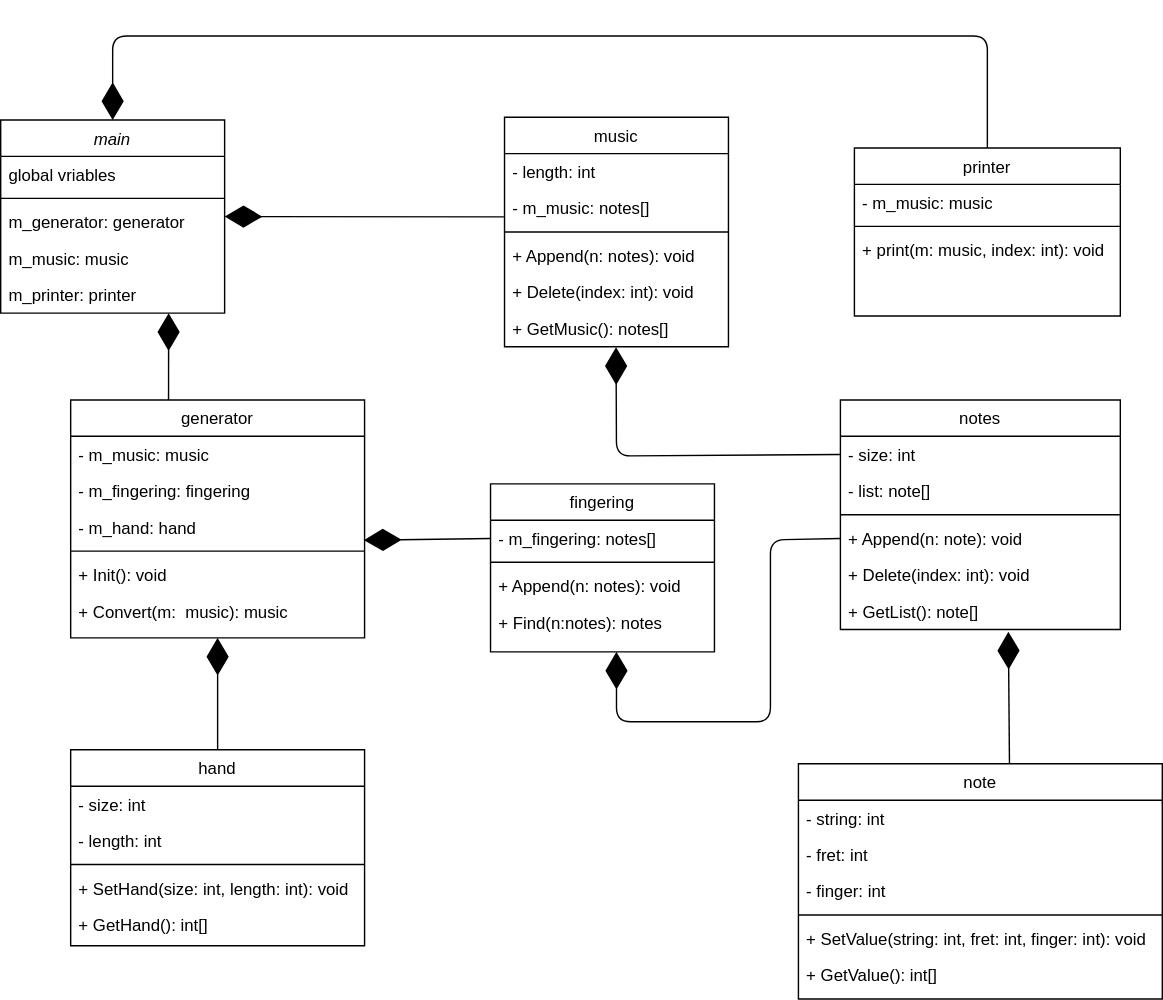
The draw.io diagram docs/diagram/guitar_fingering_generator.svg in boy-min/Guitar-Fingering-Generator, before a commit. Source tidied: cells renumbered, new cells last; positions are measured from the earlier drawing's top-left corner, leaving out a move shared by most shapes.
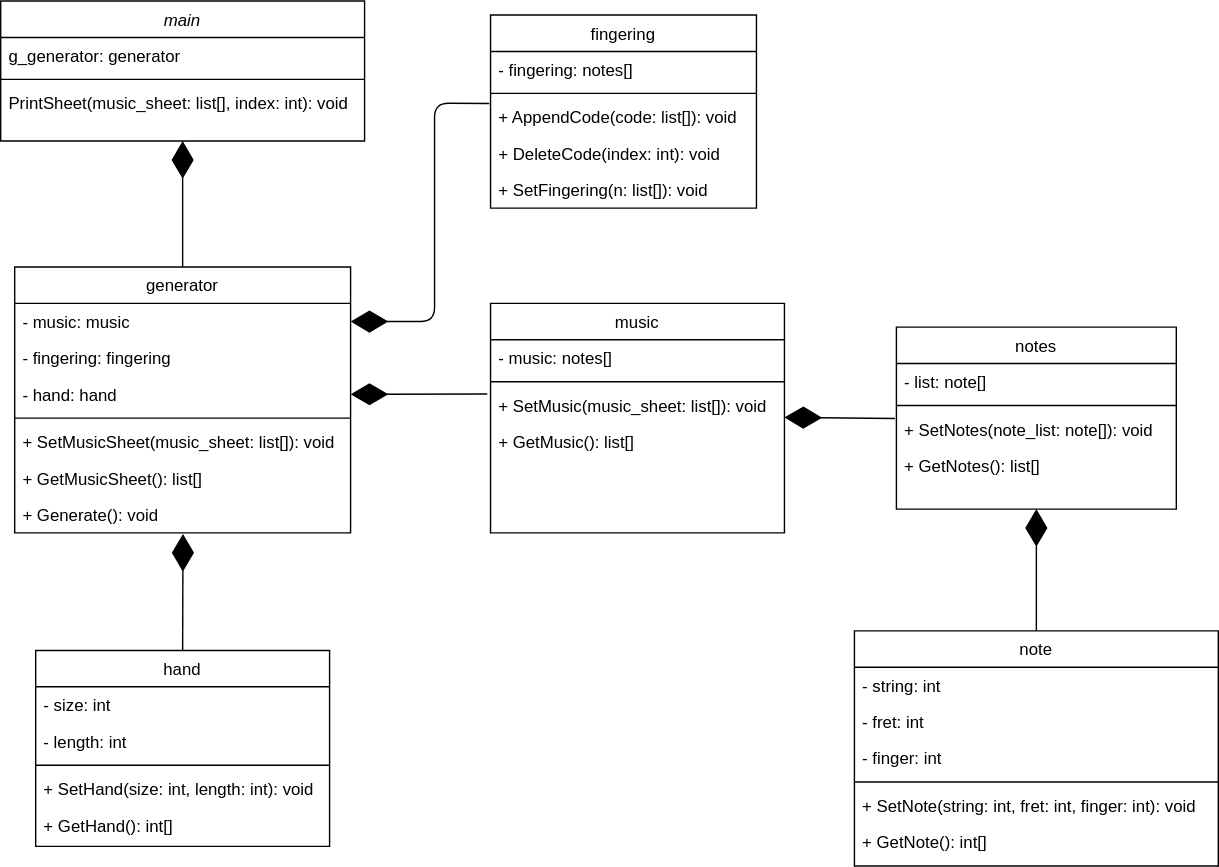
Above is the later version.

Commit message:
Fix class diagram.

Change to the diagram source:
```diff
@@ -5,63 +5,45 @@
     <mxCell id="2" value="main" style="swimlane;fontStyle=2;align=center;verticalAlign=top;horizontal=1;startSize=26;rounded=0;shadow=0;strokeWidth=1;" parent="1" vertex="1">
-      <mxGeometry y="60" width="160" height="138" as="geometry" />
+      <mxGeometry x="30" y="70" width="260" height="100" as="geometry" />
     </mxCell>
-    <mxCell id="3" value="global vriables" style="text;align=left;verticalAlign=top;spacingLeft=4;spacingRight=4;overflow=hidden;rounded=0;shadow=0;html=0;" parent="2" vertex="1">
-      <mxGeometry y="26" width="160" height="26" as="geometry" />
-    </mxCell>
+    <mxCell id="5" value="g_generator: generator" style="text;align=left;verticalAlign=top;spacingLeft=4;spacingRight=4;overflow=hidden;" parent="2" vertex="1">
+      <mxGeometry y="26" width="260" height="26" as="geometry" />
+    </mxCell>
     <mxCell id="4" style="line;html=1;strokeWidth=1;align=left;verticalAlign=middle;spacingTop=-1;spacingLeft=3;spacingRight=3;labelPosition=right;" parent="2" vertex="1">
-      <mxGeometry y="52" width="160" height="8" as="geometry" />
+      <mxGeometry y="52" width="260" height="8" as="geometry" />
     </mxCell>
-    <mxCell id="5" value="m_generator: generator" style="text;align=left;verticalAlign=top;spacingLeft=4;spacingRight=4;overflow=hidden;" parent="2" vertex="1">
-      <mxGeometry y="60" width="160" height="26" as="geometry" />
-    </mxCell>
-    <mxCell id="6" value="m_music: music" style="text;align=left;verticalAlign=top;spacingLeft=4;spacingRight=4;overflow=hidden;" parent="2" vertex="1">
-      <mxGeometry y="86" width="160" height="26" as="geometry" />
-    </mxCell>
-    <mxCell id="7" value="m_printer: printer" style="text;align=left;verticalAlign=top;spacingLeft=4;spacingRight=4;overflow=hidden;" parent="2" vertex="1">
-      <mxGeometry y="112" width="160" height="26" as="geometry" />
-    </mxCell>
+    <mxCell id="59" value="PrintSheet(music_sheet: list[], index: int): void" style="text;align=left;verticalAlign=top;spacingLeft=4;spacingRight=4;overflow=hidden;" parent="2" vertex="1">
+      <mxGeometry y="60" width="260" height="26" as="geometry" />
+    </mxCell>
     <mxCell id="8" value="notes" style="swimlane;fontStyle=0;align=center;verticalAlign=top;horizontal=1;startSize=26;rounded=0;shadow=0;strokeWidth=1;" parent="1" vertex="1">
-      <mxGeometry x="600" y="260" width="200" height="164" as="geometry" />
+      <mxGeometry x="670" y="303" width="200" height="130" as="geometry" />
     </mxCell>
-    <mxCell id="9" value="- size: int" style="text;align=left;verticalAlign=top;spacingLeft=4;spacingRight=4;overflow=hidden;points=[[0,0.5],[1,0.5]];portConstraint=eastwest;" parent="8" vertex="1">
-      <mxGeometry y="26" width="200" height="26" as="geometry" />
-    </mxCell>
     <mxCell id="10" value="- list: note[]" style="text;align=left;verticalAlign=top;spacingLeft=4;spacingRight=4;overflow=hidden;" parent="8" vertex="1">
-      <mxGeometry y="52" width="200" height="26" as="geometry" />
+      <mxGeometry y="26" width="200" height="26" as="geometry" />
     </mxCell>
     <mxCell id="11" style="line;html=1;strokeWidth=1;align=left;verticalAlign=middle;spacingTop=-1;spacingLeft=3;spacingRight=3;labelPosition=right;" parent="8" vertex="1">
-      <mxGeometry y="78" width="200" height="8" as="geometry" />
+      <mxGeometry y="52" width="200" height="8" as="geometry" />
     </mxCell>
-    <mxCell id="12" value="+ Append(n: note): void" style="text;align=left;verticalAlign=top;spacingLeft=4;spacingRight=4;overflow=hidden;points=[[0,0.5],[1,0.5]];portConstraint=eastwest;" parent="8" vertex="1">
-      <mxGeometry y="86" width="200" height="26" as="geometry" />
+    <mxCell id="12" value="+ SetNotes(note_list: note[]): void" style="text;align=left;verticalAlign=top;spacingLeft=4;spacingRight=4;overflow=hidden;points=[[0,0.5],[1,0.5]];portConstraint=eastwest;" parent="8" vertex="1">
+      <mxGeometry y="60" width="200" height="26" as="geometry" />
     </mxCell>
-    <mxCell id="13" value="+ Delete(index: int): void" style="text;align=left;verticalAlign=top;spacingLeft=4;spacingRight=4;overflow=hidden;" parent="8" vertex="1">
-      <mxGeometry y="112" width="200" height="26" as="geometry" />
+    <mxCell id="13" value="+ GetNotes(): list[]" style="text;align=left;verticalAlign=top;spacingLeft=4;spacingRight=4;overflow=hidden;" parent="8" vertex="1">
+      <mxGeometry y="86" width="200" height="26" as="geometry" />
     </mxCell>
-    <mxCell id="14" value="+ GetList(): note[]" style="text;align=left;verticalAlign=top;spacingLeft=4;spacingRight=4;overflow=hidden;points=[[0,0.5],[1,0.5]];portConstraint=eastwest;" parent="8" vertex="1">
-      <mxGeometry y="138" width="200" height="26" as="geometry" />
-    </mxCell>
     <mxCell id="15" value="music" style="swimlane;fontStyle=0;align=center;verticalAlign=top;horizontal=1;startSize=26;rounded=0;shadow=0;strokeWidth=1;" parent="1" vertex="1">
-      <mxGeometry x="360" y="58" width="160" height="164" as="geometry" />
+      <mxGeometry x="380" y="286" width="210" height="164" as="geometry" />
     </mxCell>
-    <mxCell id="16" value="- length: int" style="text;align=left;verticalAlign=top;spacingLeft=4;spacingRight=4;overflow=hidden;" parent="15" vertex="1">
-      <mxGeometry y="26" width="160" height="26" as="geometry" />
-    </mxCell>
-    <mxCell id="17" value="- m_music: notes[]" style="text;align=left;verticalAlign=top;spacingLeft=4;spacingRight=4;overflow=hidden;points=[[0,0.5],[1,0.5]];portConstraint=eastwest;" parent="15" vertex="1">
-      <mxGeometry y="52" width="160" height="26" as="geometry" />
+    <mxCell id="17" value="- music: notes[]" style="text;align=left;verticalAlign=top;spacingLeft=4;spacingRight=4;overflow=hidden;points=[[0,0.5],[1,0.5]];portConstraint=eastwest;" parent="15" vertex="1">
+      <mxGeometry y="26" width="210" height="26" as="geometry" />
     </mxCell>
     <mxCell id="18" style="line;html=1;strokeWidth=1;align=left;verticalAlign=middle;spacingTop=-1;spacingLeft=3;spacingRight=3;labelPosition=right;" parent="15" vertex="1">
-      <mxGeometry y="78" width="160" height="8" as="geometry" />
+      <mxGeometry y="52" width="210" height="8" as="geometry" />
     </mxCell>
-    <mxCell id="19" value="+ Append(n: notes): void" style="text;align=left;verticalAlign=top;spacingLeft=4;spacingRight=4;overflow=hidden;points=[[0,0.5],[1,0.5]];portConstraint=eastwest;" parent="15" vertex="1">
-      <mxGeometry y="86" width="160" height="26" as="geometry" />
+    <mxCell id="19" value="+ SetMusic(music_sheet: list[]): void" style="text;align=left;verticalAlign=top;spacingLeft=4;spacingRight=4;overflow=hidden;points=[[0,0.5],[1,0.5]];portConstraint=eastwest;" parent="15" vertex="1">
+      <mxGeometry y="60" width="210" height="26" as="geometry" />
     </mxCell>
-    <mxCell id="20" value="+ Delete(index: int): void" style="text;align=left;verticalAlign=top;spacingLeft=4;spacingRight=4;overflow=hidden;" parent="15" vertex="1">
-      <mxGeometry y="112" width="160" height="26" as="geometry" />
+    <mxCell id="20" value="+ GetMusic(): list[]" style="text;align=left;verticalAlign=top;spacingLeft=4;spacingRight=4;overflow=hidden;" parent="15" vertex="1">
+      <mxGeometry y="86" width="210" height="26" as="geometry" />
     </mxCell>
-    <mxCell id="21" value="+ GetMusic(): notes[]" style="text;align=left;verticalAlign=top;spacingLeft=4;spacingRight=4;overflow=hidden;points=[[0,0.5],[1,0.5]];portConstraint=eastwest;" parent="15" vertex="1">
-      <mxGeometry y="138" width="160" height="26" as="geometry" />
-    </mxCell>
     <mxCell id="22" value="note" style="swimlane;fontStyle=0;align=center;verticalAlign=top;horizontal=1;startSize=26;rounded=0;shadow=0;strokeWidth=1;" parent="1" vertex="1">
-      <mxGeometry x="570" y="520" width="260" height="168" as="geometry" />
+      <mxGeometry x="640" y="520" width="260" height="168" as="geometry" />
     </mxCell>
@@ -79,6 +61,6 @@
     </mxCell>
-    <mxCell id="27" value="+ SetValue(string: int, fret: int, finger: int): void" style="text;align=left;verticalAlign=top;spacingLeft=4;spacingRight=4;overflow=hidden;" parent="22" vertex="1">
+    <mxCell id="27" value="+ SetNote(string: int, fret: int, finger: int): void" style="text;align=left;verticalAlign=top;spacingLeft=4;spacingRight=4;overflow=hidden;" parent="22" vertex="1">
       <mxGeometry y="112" width="260" height="26" as="geometry" />
     </mxCell>
-    <mxCell id="28" value="+ GetValue(): int[]" style="text;align=left;verticalAlign=top;spacingLeft=4;spacingRight=4;overflow=hidden;" parent="22" vertex="1">
+    <mxCell id="28" value="+ GetNote(): int[]" style="text;align=left;verticalAlign=top;spacingLeft=4;spacingRight=4;overflow=hidden;" parent="22" vertex="1">
       <mxGeometry y="138" width="260" height="26" as="geometry" />
@@ -86,3 +68,3 @@
     <mxCell id="29" value="hand" style="swimlane;fontStyle=0;align=center;verticalAlign=top;horizontal=1;startSize=26;rounded=0;shadow=0;strokeWidth=1;" parent="1" vertex="1">
-      <mxGeometry x="50" y="510" width="210" height="140" as="geometry" />
+      <mxGeometry x="55" y="534" width="210" height="140" as="geometry" />
     </mxCell>
@@ -104,89 +86,68 @@
     <mxCell id="35" value="generator" style="swimlane;fontStyle=0;align=center;verticalAlign=top;horizontal=1;startSize=26;rounded=0;shadow=0;strokeWidth=1;" parent="1" vertex="1">
-      <mxGeometry x="50" y="260" width="210" height="170" as="geometry" />
+      <mxGeometry x="40" y="260" width="240" height="190" as="geometry" />
     </mxCell>
-    <mxCell id="36" value="- m_music: music" style="text;align=left;verticalAlign=top;spacingLeft=4;spacingRight=4;overflow=hidden;points=[[0,0.5],[1,0.5]];portConstraint=eastwest;" parent="35" vertex="1">
-      <mxGeometry y="26" width="210" height="26" as="geometry" />
+    <mxCell id="36" value="- music: music" style="text;align=left;verticalAlign=top;spacingLeft=4;spacingRight=4;overflow=hidden;points=[[0,0.5],[1,0.5]];portConstraint=eastwest;" parent="35" vertex="1">
+      <mxGeometry y="26" width="240" height="26" as="geometry" />
     </mxCell>
-    <mxCell id="37" value="- m_fingering: fingering" style="text;align=left;verticalAlign=top;spacingLeft=4;spacingRight=4;overflow=hidden;" parent="35" vertex="1">
-      <mxGeometry y="52" width="210" height="26" as="geometry" />
+    <mxCell id="37" value="- fingering: fingering" style="text;align=left;verticalAlign=top;spacingLeft=4;spacingRight=4;overflow=hidden;" parent="35" vertex="1">
+      <mxGeometry y="52" width="240" height="26" as="geometry" />
     </mxCell>
-    <mxCell id="38" value="- m_hand: hand" style="text;align=left;verticalAlign=top;spacingLeft=4;spacingRight=4;overflow=hidden;points=[[0,0.5],[1,0.5]];portConstraint=eastwest;" parent="35" vertex="1">
-      <mxGeometry y="78" width="210" height="26" as="geometry" />
+    <mxCell id="38" value="- hand: hand" style="text;align=left;verticalAlign=top;spacingLeft=4;spacingRight=4;overflow=hidden;points=[[0,0.5],[1,0.5]];portConstraint=eastwest;" parent="35" vertex="1">
+      <mxGeometry y="78" width="240" height="26" as="geometry" />
     </mxCell>
     <mxCell id="39" style="line;html=1;strokeWidth=1;align=left;verticalAlign=middle;spacingTop=-1;spacingLeft=3;spacingRight=3;labelPosition=right;" parent="35" vertex="1">
-      <mxGeometry y="104" width="210" height="8" as="geometry" />
+      <mxGeometry y="104" width="240" height="8" as="geometry" />
     </mxCell>
-    <mxCell id="40" value="+ Init(): void" style="text;align=left;verticalAlign=top;spacingLeft=4;spacingRight=4;overflow=hidden;" parent="35" vertex="1">
-      <mxGeometry y="112" width="210" height="26" as="geometry" />
+    <mxCell id="40" value="+ SetMusicSheet(music_sheet: list[]): void" style="text;align=left;verticalAlign=top;spacingLeft=4;spacingRight=4;overflow=hidden;" parent="35" vertex="1">
+      <mxGeometry y="112" width="240" height="26" as="geometry" />
     </mxCell>
-    <mxCell id="41" value="+ Convert(m:  music): music" style="text;align=left;verticalAlign=top;spacingLeft=4;spacingRight=4;overflow=hidden;" parent="35" vertex="1">
-      <mxGeometry y="138" width="210" height="26" as="geometry" />
+    <mxCell id="41" value="+ GetMusicSheet(): list[]" style="text;align=left;verticalAlign=top;spacingLeft=4;spacingRight=4;overflow=hidden;" parent="35" vertex="1">
+      <mxGeometry y="138" width="240" height="26" as="geometry" />
     </mxCell>
+    <mxCell id="60" value="+ Generate(): void" style="text;align=left;verticalAlign=top;spacingLeft=4;spacingRight=4;overflow=hidden;points=[[0,0.5],[1,0.5]];portConstraint=eastwest;" parent="35" vertex="1">
+      <mxGeometry y="164" width="240" height="26" as="geometry" />
+    </mxCell>
     <mxCell id="42" value="fingering" style="swimlane;fontStyle=0;align=center;verticalAlign=top;horizontal=1;startSize=26;rounded=0;shadow=0;strokeWidth=1;" parent="1" vertex="1">
-      <mxGeometry x="350" y="320" width="160" height="120" as="geometry" />
+      <mxGeometry x="380" y="80" width="190" height="138" as="geometry" />
     </mxCell>
-    <mxCell id="43" value="- m_fingering: notes[]" style="text;align=left;verticalAlign=top;spacingLeft=4;spacingRight=4;overflow=hidden;points=[[0,0.5],[1,0.5]];portConstraint=eastwest;" parent="42" vertex="1">
-      <mxGeometry y="26" width="160" height="26" as="geometry" />
+    <mxCell id="43" value="- fingering: notes[]" style="text;align=left;verticalAlign=top;spacingLeft=4;spacingRight=4;overflow=hidden;points=[[0,0.5],[1,0.5]];portConstraint=eastwest;" parent="42" vertex="1">
+      <mxGeometry y="26" width="190" height="26" as="geometry" />
     </mxCell>
     <mxCell id="44" style="line;html=1;strokeWidth=1;align=left;verticalAlign=middle;spacingTop=-1;spacingLeft=3;spacingRight=3;labelPosition=right;" parent="42" vertex="1">
-      <mxGeometry y="52" width="160" height="8" as="geometry" />
+      <mxGeometry y="52" width="190" height="8" as="geometry" />
     </mxCell>
-    <mxCell id="45" value="+ Append(n: notes): void" style="text;align=left;verticalAlign=top;spacingLeft=4;spacingRight=4;overflow=hidden;points=[[0,0.5],[1,0.5]];portConstraint=eastwest;" parent="42" vertex="1">
-      <mxGeometry y="60" width="160" height="26" as="geometry" />
+    <mxCell id="45" value="+ AppendCode(code: list[]): void" style="text;align=left;verticalAlign=top;spacingLeft=4;spacingRight=4;overflow=hidden;points=[[0,0.5],[1,0.5]];portConstraint=eastwest;" parent="42" vertex="1">
+      <mxGeometry y="60" width="190" height="26" as="geometry" />
     </mxCell>
-    <mxCell id="46" value="+ Find(n:notes): notes" style="text;align=left;verticalAlign=top;spacingLeft=4;spacingRight=4;overflow=hidden;" parent="42" vertex="1">
-      <mxGeometry y="86" width="160" height="26" as="geometry" />
+    <mxCell id="46" value="+ DeleteCode(index: int): void" style="text;align=left;verticalAlign=top;spacingLeft=4;spacingRight=4;overflow=hidden;" parent="42" vertex="1">
+      <mxGeometry y="86" width="190" height="26" as="geometry" />
     </mxCell>
-    <mxCell id="47" value="printer" style="swimlane;fontStyle=0;align=center;verticalAlign=top;horizontal=1;startSize=26;rounded=0;shadow=0;strokeWidth=1;" parent="1" vertex="1">
-      <mxGeometry x="610" y="80" width="190" height="120" as="geometry" />
-    </mxCell>
-    <mxCell id="48" value="- m_music: music" style="text;align=left;verticalAlign=top;spacingLeft=4;spacingRight=4;overflow=hidden;" parent="47" vertex="1">
-      <mxGeometry y="26" width="190" height="26" as="geometry" />
-    </mxCell>
-    <mxCell id="49" style="line;html=1;strokeWidth=1;align=left;verticalAlign=middle;spacingTop=-1;spacingLeft=3;spacingRight=3;labelPosition=right;" parent="47" vertex="1">
-      <mxGeometry y="52" width="190" height="8" as="geometry" />
-    </mxCell>
-    <mxCell id="50" value="+ print(m: music, index: int): void" style="text;align=left;verticalAlign=top;spacingLeft=4;spacingRight=4;overflow=hidden;" parent="47" vertex="1">
-      <mxGeometry y="60" width="190" height="26" as="geometry" />
-    </mxCell>
-    <mxCell id="51" style="endArrow=diamondThin;endFill=1;endSize=24;html=1;entryX=1;entryY=0.5;entryDx=0;entryDy=0;exitX=-0.003;exitY=0.738;exitDx=0;exitDy=0;exitPerimeter=0;" parent="1" edge="1" source="17" target="2">
-      <mxGeometry relative="1" as="geometry" />
-    </mxCell>
-    <mxCell id="52" style="endArrow=diamondThin;endFill=1;endSize=24;html=1;entryX=0.5;entryY=0;entryDx=0;entryDy=0;exitX=0.5;exitY=0;exitDx=0;exitDy=0;" parent="1" edge="1" source="47" target="2">
-      <mxGeometry relative="1" as="geometry">
-        <Array as="points">
-          <mxPoint x="705" />
-          <mxPoint x="80" />
-        </Array>
-      </mxGeometry>
-    </mxCell>
-    <mxCell id="53" style="endArrow=diamondThin;endFill=1;endSize=24;html=1;entryX=0.75;entryY=1;entryDx=0;entryDy=0;exitX=0.333;exitY=0;exitDx=0;exitDy=0;exitPerimeter=0;" parent="1" edge="1" source="35" target="2">
-      <mxGeometry relative="1" as="geometry" />
-    </mxCell>
-    <mxCell id="54" style="endArrow=diamondThin;endFill=1;endSize=24;html=1;entryX=0.5;entryY=1;entryDx=0;entryDy=0;" parent="1" edge="1" source="29" target="35">
-      <mxGeometry relative="1" as="geometry" />
-    </mxCell>
+    <mxCell id="61" value="+ SetFingering(n: list[]): void" style="text;align=left;verticalAlign=top;spacingLeft=4;spacingRight=4;overflow=hidden;" parent="42" vertex="1">
+      <mxGeometry y="112" width="190" height="26" as="geometry" />
+    </mxCell>
-    <mxCell id="55" style="endArrow=diamondThin;endFill=1;endSize=24;html=1;exitX=0.58;exitY=0.001;exitDx=0;exitDy=0;exitPerimeter=0;entryX=0.6;entryY=1.061;entryDx=0;entryDy=0;entryPerimeter=0;" parent="1" edge="1" source="22" target="14">
+    <mxCell id="55" style="endArrow=diamondThin;endFill=1;endSize=24;html=1;exitX=0.5;exitY=0;exitDx=0;exitDy=0;entryX=0.5;entryY=1;entryDx=0;entryDy=0;" parent="1" edge="1" source="35" target="2">
       <mxGeometry relative="1" as="geometry" />
     </mxCell>
-    <mxCell id="56" style="endArrow=diamondThin;endFill=1;endSize=24;html=1;entryX=0.498;entryY=1.011;entryDx=0;entryDy=0;entryPerimeter=0;exitX=0;exitY=0.5;exitDx=0;exitDy=0;" parent="1" edge="1" source="9" target="21">
-      <mxGeometry relative="1" as="geometry">
-        <Array as="points">
-          <mxPoint x="440" y="300" />
-        </Array>
-      </mxGeometry>
-    </mxCell>
-    <mxCell id="57" style="endArrow=diamondThin;endFill=1;endSize=24;html=1;exitX=0;exitY=0.5;exitDx=0;exitDy=0;entryX=0.998;entryY=0.854;entryDx=0;entryDy=0;entryPerimeter=0;" parent="1" edge="1" source="43" target="38">
-      <mxGeometry relative="1" as="geometry" />
-    </mxCell>
-    <mxCell id="58" style="endArrow=diamondThin;endFill=1;endSize=24;html=1;exitX=0;exitY=0.5;exitDx=0;exitDy=0;" parent="1" edge="1" source="12">
-      <mxGeometry relative="1" as="geometry">
-        <mxPoint x="440" y="440" as="targetPoint" />
-        <Array as="points">
-          <mxPoint x="550" y="360" />
-          <mxPoint x="550" y="490" />
-          <mxPoint x="440" y="490" />
-        </Array>
-      </mxGeometry>
-    </mxCell>
+    <mxCell id="62" style="endArrow=diamondThin;endFill=1;endSize=24;html=1;exitX=0.5;exitY=0;exitDx=0;exitDy=0;entryX=0.501;entryY=1.029;entryDx=0;entryDy=0;entryPerimeter=0;" parent="1" edge="1" source="29" target="60">
+      <mxGeometry relative="1" as="geometry" />
+    </mxCell>
+    <mxCell id="63" style="endArrow=diamondThin;endFill=1;endSize=24;html=1;entryX=1;entryY=0.5;entryDx=0;entryDy=0;exitX=-0.005;exitY=0.125;exitDx=0;exitDy=0;exitPerimeter=0;" parent="1" edge="1" source="45" target="36">
+      <mxGeometry relative="1" as="geometry">
+        <Array as="points">
+          <mxPoint x="340" y="143" />
+          <mxPoint x="340" y="299" />
+        </Array>
+      </mxGeometry>
+    </mxCell>
+    <mxCell id="64" style="endArrow=diamondThin;endFill=1;endSize=24;html=1;exitX=-0.011;exitY=0.183;exitDx=0;exitDy=0;entryX=1;entryY=0.5;entryDx=0;entryDy=0;exitPerimeter=0;" parent="1" edge="1" source="19" target="38">
+      <mxGeometry relative="1" as="geometry" />
+    </mxCell>
+    <mxCell id="65" style="endArrow=diamondThin;endFill=1;endSize=24;html=1;entryX=1;entryY=0.5;entryDx=0;entryDy=0;exitX=-0.005;exitY=0.202;exitDx=0;exitDy=0;exitPerimeter=0;" parent="1" edge="1" source="12">
+      <mxGeometry relative="1" as="geometry">
+        <mxPoint x="590" y="367.5" as="targetPoint" />
+      </mxGeometry>
+    </mxCell>
+    <mxCell id="66" style="endArrow=diamondThin;endFill=1;endSize=24;html=1;entryX=0.5;entryY=1;entryDx=0;entryDy=0;exitX=0.5;exitY=0;exitDx=0;exitDy=0;" parent="1" edge="1" source="22" target="8">
+      <mxGeometry relative="1" as="geometry" />
+    </mxCell>
   </root>
```
